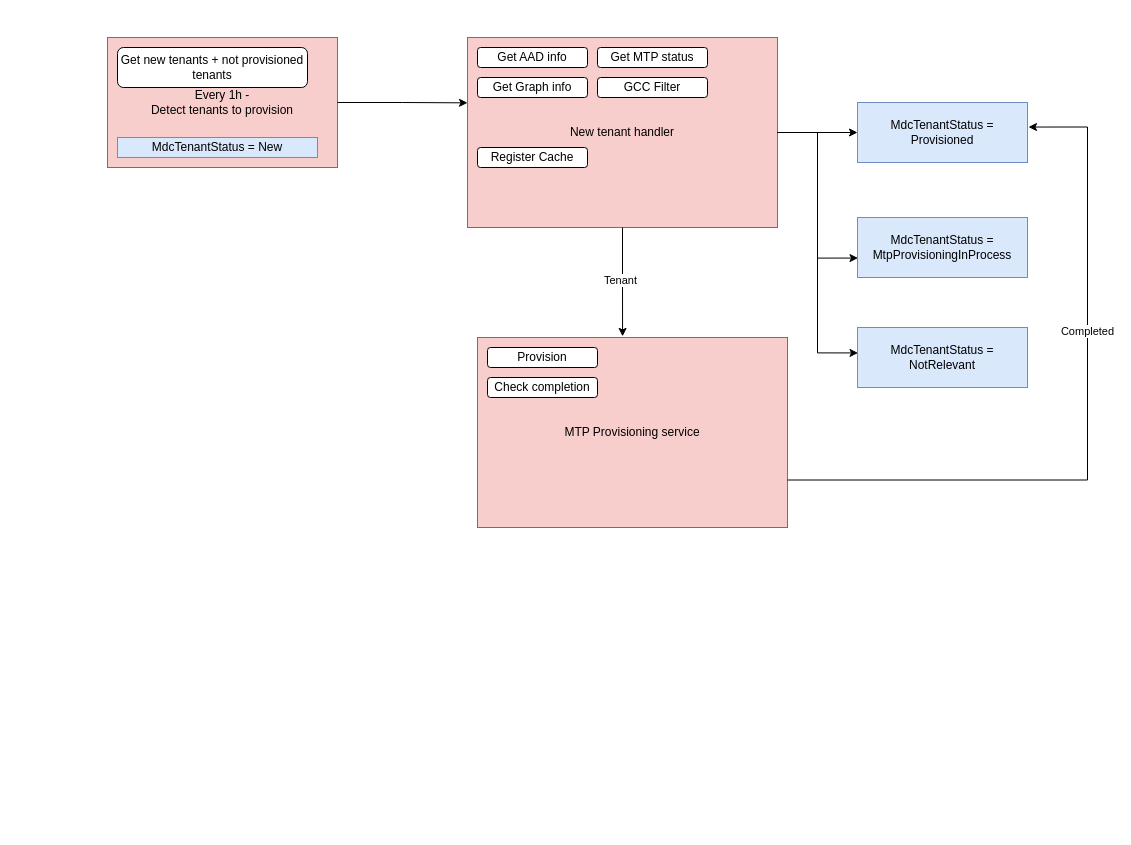
Above: page "Page-3" (3 of 4) of AutoProvisioning.drawio in rotemhas/drawio (draw.io), before the change. Source tidied: cells renumbered, new cells numbered last; positions are measured from the earlier drawing's top-left corner, leaving out a move shared by most shapes. Both pictures are drawn from the tidied source at 100%, with x=0, y=0 at pixel (107, 37).
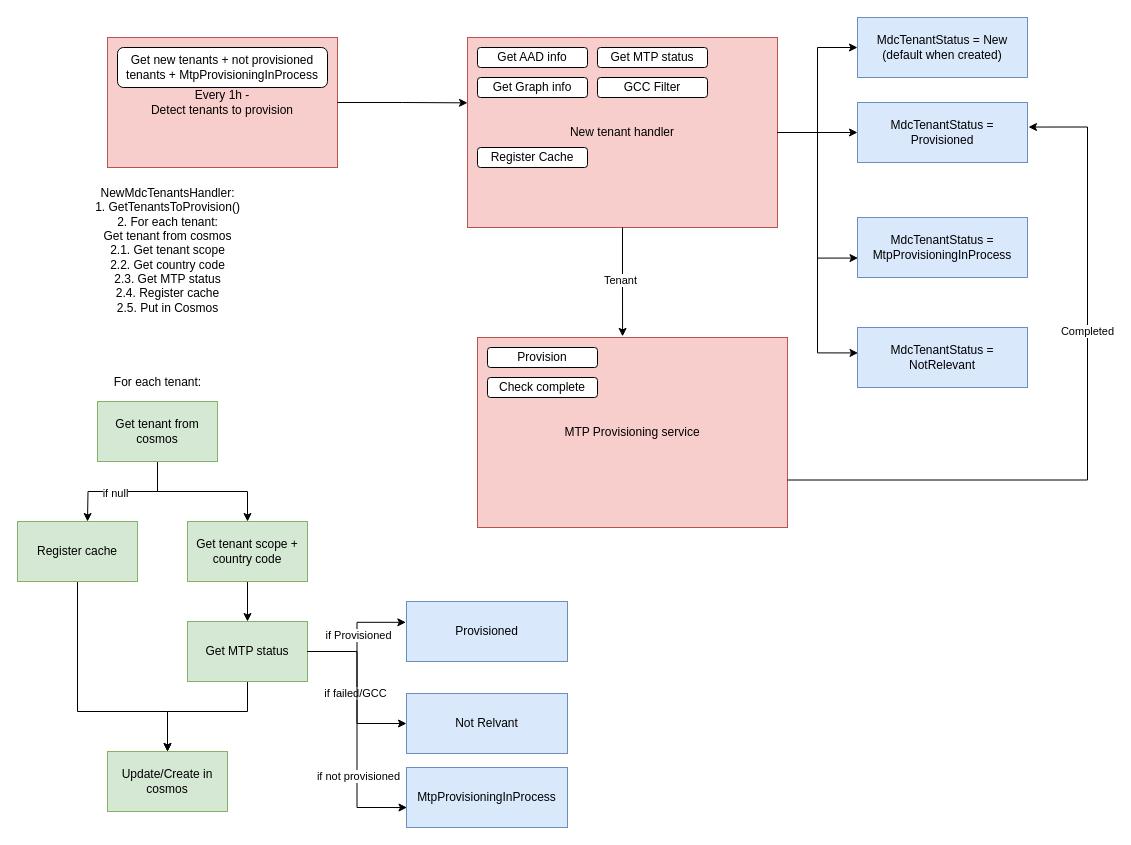
After the change.

Unchanged cells that the change refers to:
```xml
<mxCell id="5" value="New tenant handler" style="rounded=0;whiteSpace=wrap;html=1;fillColor=#f8cecc;strokeColor=#b85450;" parent="1" vertex="1">
  <mxGeometry x="360" width="310" height="190" as="geometry" />
</mxCell>
```

Diff of the diagram source:
```diff
@@
+    <mxCell id="25" style="edgeStyle=orthogonalEdgeStyle;rounded=0;jettySize=auto;html=1;exitX=1;exitY=0.5;exitDx=0;exitDy=0;entryX=0;entryY=0.5;entryDx=0;entryDy=0;" parent="1" edge="1" source="5" target="24">
+      <mxGeometry relative="1" as="geometry" />
+    </mxCell>
@@
-    <mxCell id="19" value="Check completion" style="rounded=1;whiteSpace=wrap;html=1;" parent="1" vertex="1">
-      <mxGeometry x="380" y="340" width="110" height="20" as="geometry" />
-    </mxCell>
@@
-    <mxCell id="21" value="Get new tenants + not provisioned tenants" style="rounded=1;whiteSpace=wrap;html=1;" parent="1" vertex="1">
-      <mxGeometry x="10" y="10" width="190" height="40" as="geometry" />
+    <mxCell id="21" value="Get new tenants + not provisioned tenants + MtpProvisioningInProcess" style="rounded=1;whiteSpace=wrap;html=1;" parent="1" vertex="1">
+      <mxGeometry x="10" y="10" width="210" height="40" as="geometry" />
     </mxCell>
@@
-    <mxCell id="24" value="MdcTenantStatus = New" style="rounded=0;whiteSpace=wrap;html=1;fillColor=#dae8fc;strokeColor=#6c8ebf;" parent="1" vertex="1">
-      <mxGeometry x="10" y="100" width="200" height="20" as="geometry" />
+    <mxCell id="24" value="MdcTenantStatus = New&lt;br&gt;(default when created)" style="rounded=0;whiteSpace=wrap;html=1;fillColor=#dae8fc;strokeColor=#6c8ebf;" parent="1" vertex="1">
+      <mxGeometry x="750" y="-20" width="170" height="60" as="geometry" />
     </mxCell>
+    <mxCell id="26" value="NewMdcTenantsHandler:&lt;br&gt;1. GetTenantsToProvision()&lt;br&gt;2. For each tenant:&lt;br&gt;Get tenant from cosmos&lt;br&gt;2.1. Get tenant scope&lt;br&gt;2.2. Get country code&lt;br&gt;2.3. Get MTP status&lt;br&gt;2.4. Register cache&lt;br&gt;2.5. Put in Cosmos" style="text;html=1;align=center;verticalAlign=middle;strokeColor=none;fillColor=none;" parent="1" vertex="1">
+      <mxGeometry x="-25" y="143" width="170" height="140" as="geometry" />
+    </mxCell>
+    <mxCell id="27" style="edgeStyle=orthogonalEdgeStyle;rounded=0;jettySize=auto;html=1;exitX=0.5;exitY=1;exitDx=0;exitDy=0;" parent="1" edge="1" source="30">
+      <mxGeometry relative="1" as="geometry">
+        <mxPoint x="-20" y="484" as="targetPoint" />
+      </mxGeometry>
+    </mxCell>
+    <mxCell id="28" value="if null" style="edgeLabel;html=1;align=center;verticalAlign=middle;" parent="27" vertex="1">
+      <mxGeometry x="0.13" y="1" relative="1" as="geometry" />
+    </mxCell>
+    <mxCell id="29" style="edgeStyle=orthogonalEdgeStyle;rounded=0;jettySize=auto;html=1;exitX=0.5;exitY=1;exitDx=0;exitDy=0;entryX=0.5;entryY=0;entryDx=0;entryDy=0;" parent="1" edge="1" source="30" target="34">
+      <mxGeometry relative="1" as="geometry">
+        <Array as="points">
+          <mxPoint x="50" y="454" />
+          <mxPoint x="140" y="454" />
+        </Array>
+      </mxGeometry>
+    </mxCell>
+    <mxCell id="30" value="Get tenant from cosmos" style="rounded=0;whiteSpace=wrap;html=1;fillColor=#d5e8d4;strokeColor=#82b366;" parent="1" vertex="1">
+      <mxGeometry x="-10" y="364" width="120" height="60" as="geometry" />
+    </mxCell>
+    <mxCell id="31" style="edgeStyle=orthogonalEdgeStyle;rounded=0;jettySize=auto;html=1;exitX=0.5;exitY=1;exitDx=0;exitDy=0;" parent="1" edge="1" source="32" target="40">
+      <mxGeometry relative="1" as="geometry">
+        <Array as="points">
+          <mxPoint x="-30" y="674" />
+          <mxPoint x="60" y="674" />
+        </Array>
+      </mxGeometry>
+    </mxCell>
+    <mxCell id="32" value="Register cache" style="rounded=0;whiteSpace=wrap;html=1;fillColor=#d5e8d4;strokeColor=#82b366;" parent="1" vertex="1">
+      <mxGeometry x="-90" y="484" width="120" height="60" as="geometry" />
+    </mxCell>
+    <mxCell id="33" style="edgeStyle=orthogonalEdgeStyle;rounded=0;jettySize=auto;html=1;exitX=0.5;exitY=1;exitDx=0;exitDy=0;entryX=0.5;entryY=0;entryDx=0;entryDy=0;" parent="1" edge="1" source="34" target="38">
+      <mxGeometry relative="1" as="geometry" />
+    </mxCell>
+    <mxCell id="34" value="Get tenant scope + country code" style="rounded=0;whiteSpace=wrap;html=1;fillColor=#d5e8d4;strokeColor=#82b366;" parent="1" vertex="1">
+      <mxGeometry x="80" y="484" width="120" height="60" as="geometry" />
+    </mxCell>
+    <mxCell id="35" style="edgeStyle=orthogonalEdgeStyle;rounded=0;jettySize=auto;html=1;exitX=0.5;exitY=1;exitDx=0;exitDy=0;entryX=0.5;entryY=0;entryDx=0;entryDy=0;" parent="1" edge="1" source="38" target="40">
+      <mxGeometry relative="1" as="geometry">
+        <Array as="points">
+          <mxPoint x="140" y="674" />
+          <mxPoint x="60" y="674" />
+        </Array>
+      </mxGeometry>
+    </mxCell>
+    <mxCell id="36" style="edgeStyle=orthogonalEdgeStyle;rounded=0;jettySize=auto;html=1;exitX=1;exitY=0.5;exitDx=0;exitDy=0;entryX=0;entryY=0.5;entryDx=0;entryDy=0;" parent="1" edge="1" source="38" target="44">
+      <mxGeometry relative="1" as="geometry" />
+    </mxCell>
+    <mxCell id="37" value="if failed/GCC" style="edgeLabel;html=1;align=center;verticalAlign=middle;" parent="36" vertex="1">
+      <mxGeometry x="0.07" y="-2" relative="1" as="geometry" />
+    </mxCell>
+    <mxCell id="38" value="Get MTP status" style="rounded=0;whiteSpace=wrap;html=1;fillColor=#d5e8d4;strokeColor=#82b366;" parent="1" vertex="1">
+      <mxGeometry x="80" y="584" width="120" height="60" as="geometry" />
+    </mxCell>
+    <mxCell id="39" value="Check complete" style="rounded=1;whiteSpace=wrap;html=1;" parent="1" vertex="1">
+      <mxGeometry x="380" y="340" width="110" height="20" as="geometry" />
+    </mxCell>
+    <mxCell id="40" value="Update/Create in cosmos" style="rounded=0;whiteSpace=wrap;html=1;fillColor=#d5e8d4;strokeColor=#82b366;" parent="1" vertex="1">
+      <mxGeometry y="714" width="120" height="60" as="geometry" />
+    </mxCell>
+    <mxCell id="41" value="Provisioned" style="rounded=0;whiteSpace=wrap;html=1;fillColor=#dae8fc;strokeColor=#6c8ebf;" parent="1" vertex="1">
+      <mxGeometry x="299" y="564" width="161" height="60" as="geometry" />
+    </mxCell>
+    <mxCell id="42" style="edgeStyle=orthogonalEdgeStyle;rounded=0;jettySize=auto;html=1;exitX=1;exitY=0.5;exitDx=0;exitDy=0;entryX=-0.004;entryY=0.347;entryDx=0;entryDy=0;entryPerimeter=0;" parent="1" edge="1" source="38" target="41">
+      <mxGeometry relative="1" as="geometry" />
+    </mxCell>
+    <mxCell id="43" value="if Provisioned" style="edgeLabel;html=1;align=center;verticalAlign=middle;" parent="42" vertex="1">
+      <mxGeometry x="0.02" y="-2" relative="1" as="geometry">
+        <mxPoint x="-1" y="-1" as="offset" />
+      </mxGeometry>
+    </mxCell>
+    <mxCell id="44" value="Not Relvant" style="rounded=0;whiteSpace=wrap;html=1;fillColor=#dae8fc;strokeColor=#6c8ebf;" parent="1" vertex="1">
+      <mxGeometry x="299" y="656" width="161" height="60" as="geometry" />
+    </mxCell>
+    <mxCell id="45" value="MtpProvisioningInProcess" style="rounded=0;whiteSpace=wrap;html=1;fillColor=#dae8fc;strokeColor=#6c8ebf;" parent="1" vertex="1">
+      <mxGeometry x="299" y="730" width="161" height="60" as="geometry" />
+    </mxCell>
+    <mxCell id="46" style="edgeStyle=orthogonalEdgeStyle;rounded=0;jettySize=auto;html=1;exitX=1;exitY=0.5;exitDx=0;exitDy=0;entryX=0.003;entryY=0.667;entryDx=0;entryDy=0;entryPerimeter=0;" parent="1" edge="1" source="38" target="45">
+      <mxGeometry relative="1" as="geometry" />
+    </mxCell>
+    <mxCell id="47" value="if not provisioned" style="edgeLabel;html=1;align=center;verticalAlign=middle;" parent="46" vertex="1">
+      <mxGeometry x="0.36" y="1" relative="1" as="geometry" />
+    </mxCell>
+    <mxCell id="48" value="For each tenant:" style="text;html=1;align=center;verticalAlign=middle;strokeColor=none;fillColor=none;" parent="1" vertex="1">
+      <mxGeometry x="-5" y="330" width="110" height="30" as="geometry" />
+    </mxCell>
```
